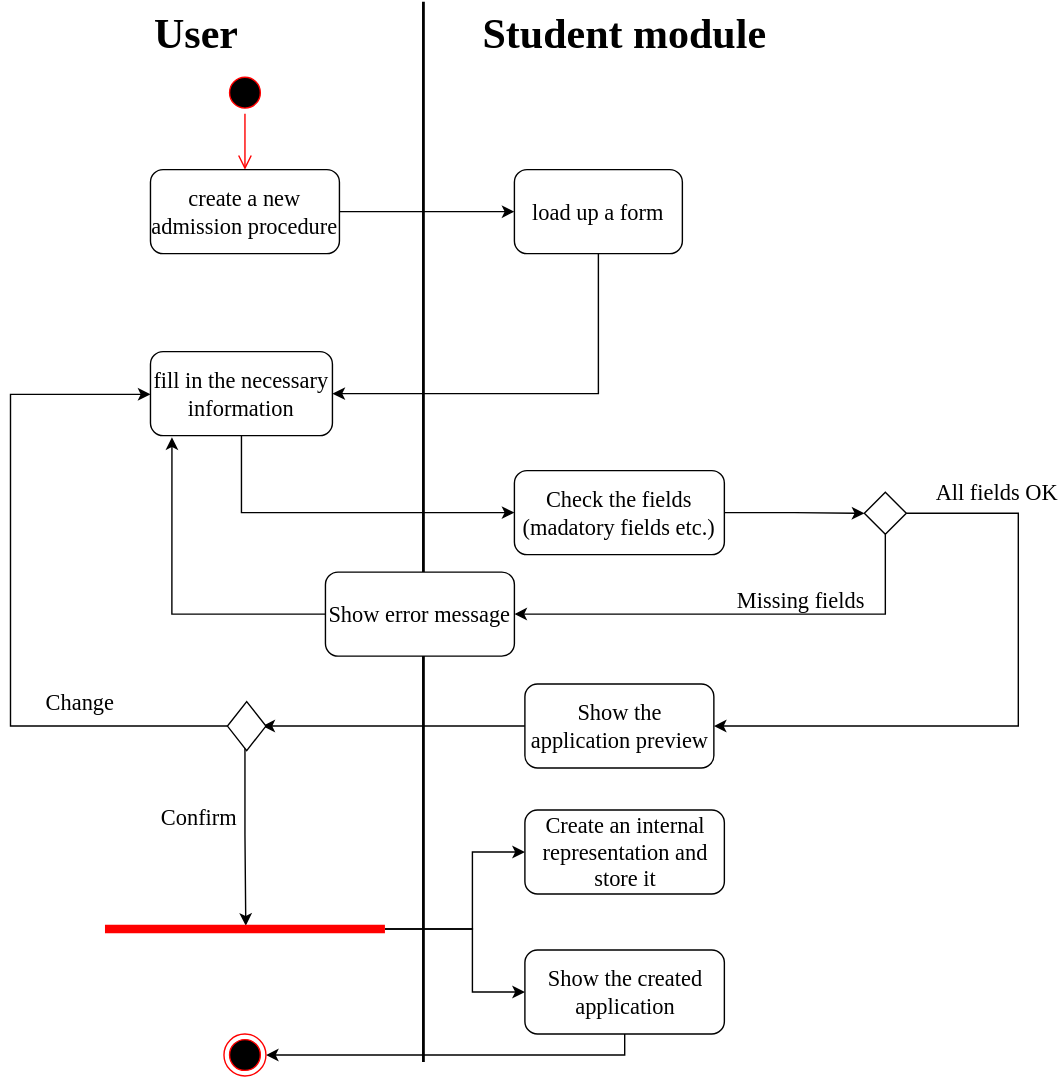
Kwantigon/software-engineering-intro keeps this draw.io diagram as activity-diagrams/create-admission-procedure.svg. Above is the earlier version. Source tidied: cells renumbered, new cells last; positions are measured from the earlier drawing's top-left corner, leaving out a move shared by most shapes.
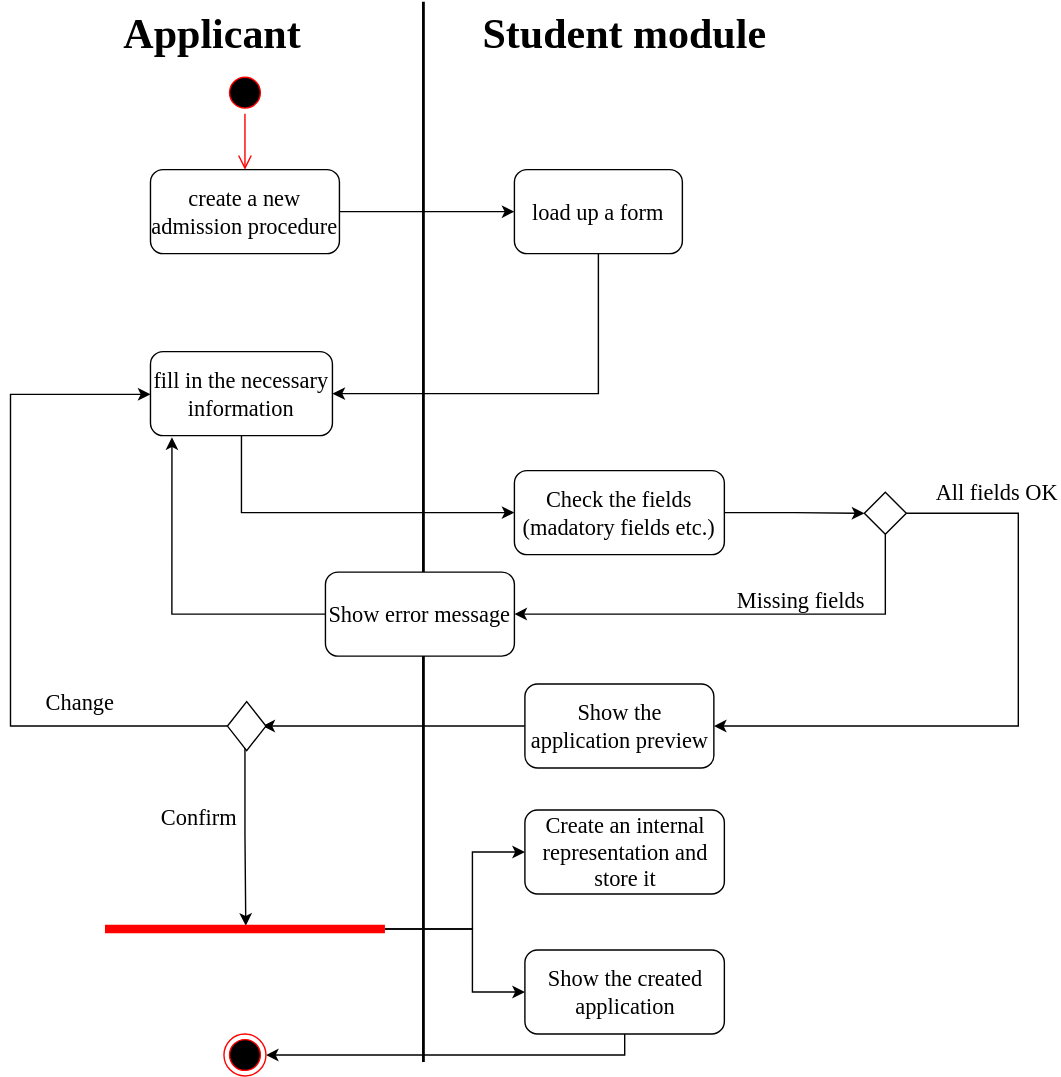
Above is the later version.

Commit message:
Change "user" to "applicant"

What changed in the source:
```diff
@@ -39,8 +39,8 @@
     <mxCell id="10" value="fill in the necessary information" style="whiteSpace=wrap;html=1;rounded=1;fontFamily=Times New Roman;fontSize=16;" parent="1" vertex="1">
       <mxGeometry x="100" y="250.5" width="130" height="60" as="geometry" />
     </mxCell>
-    <mxCell id="11" value="User" style="text;html=1;strokeColor=none;fillColor=none;align=center;verticalAlign=middle;whiteSpace=wrap;rounded=0;fontFamily=Times New Roman;fontSize=30;fontStyle=1;" parent="1" vertex="1">
-      <mxGeometry x="82.5" y="8" width="100" height="30" as="geometry" />
+    <mxCell id="11" value="Applicant" style="text;html=1;strokeColor=none;fillColor=none;align=center;verticalAlign=middle;whiteSpace=wrap;rounded=0;fontFamily=Times New Roman;fontSize=30;fontStyle=1;" parent="1" vertex="1">
+      <mxGeometry x="67.5" y="8" width="152.5" height="30" as="geometry" />
     </mxCell>
     <mxCell id="12" value="Student module" style="text;html=1;strokeColor=none;fillColor=none;align=center;verticalAlign=middle;whiteSpace=wrap;rounded=0;fontFamily=Times New Roman;fontSize=30;fontStyle=1;" parent="1" vertex="1">
       <mxGeometry x="333.8" y="0.5" width="210" height="45" as="geometry" />
```
